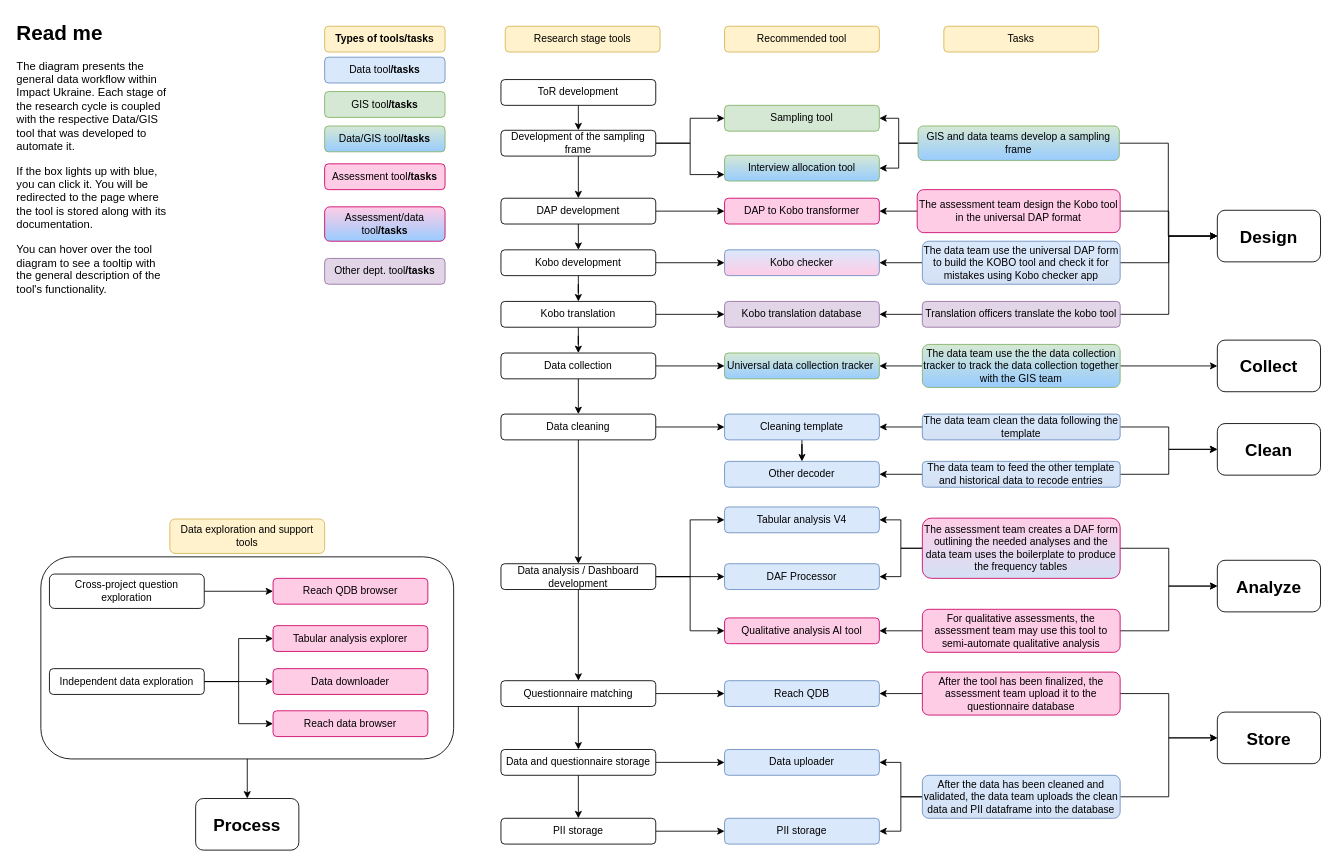
Before: Untitled Diagram.drawio in Nestor-Ch/Data_processing_pipeline, a draw.io diagram. Source tidied: cells renumbered, new cells numbered last; positions are measured from the earlier drawing's top-left corner, leaving out a move shared by most shapes. Both pictures are drawn from the tidied source at 86%, with x=0, y=0 at pixel (15, 15).
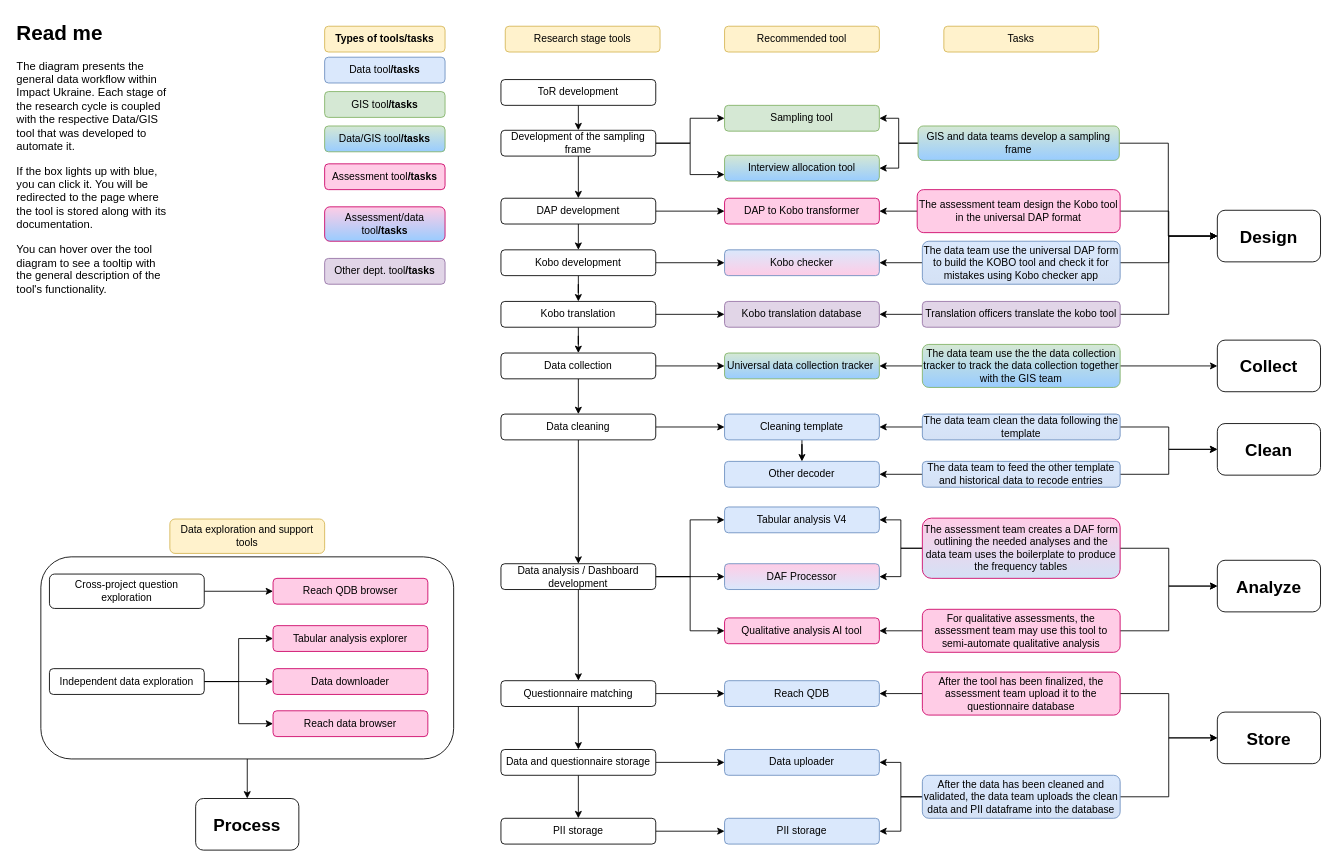
The same page after the edit.

Diff of the diagram source:
```diff
@@
-    <mxCell id="106" value="DAF Processor" style="rounded=1;whiteSpace=wrap;html=1;fillColor=#dae8fc;strokeColor=#6c8ebf;" parent="1" vertex="1">
+    <mxCell id="106" value="DAF Processor" style="rounded=1;whiteSpace=wrap;html=1;fillColor=#ffcce6;strokeColor=#6c8ebf;gradientColor=#dae8fc;" parent="1" vertex="1">
       <mxGeometry x="825" y="638" width="180" height="30" as="geometry" />
     </mxCell>
```
